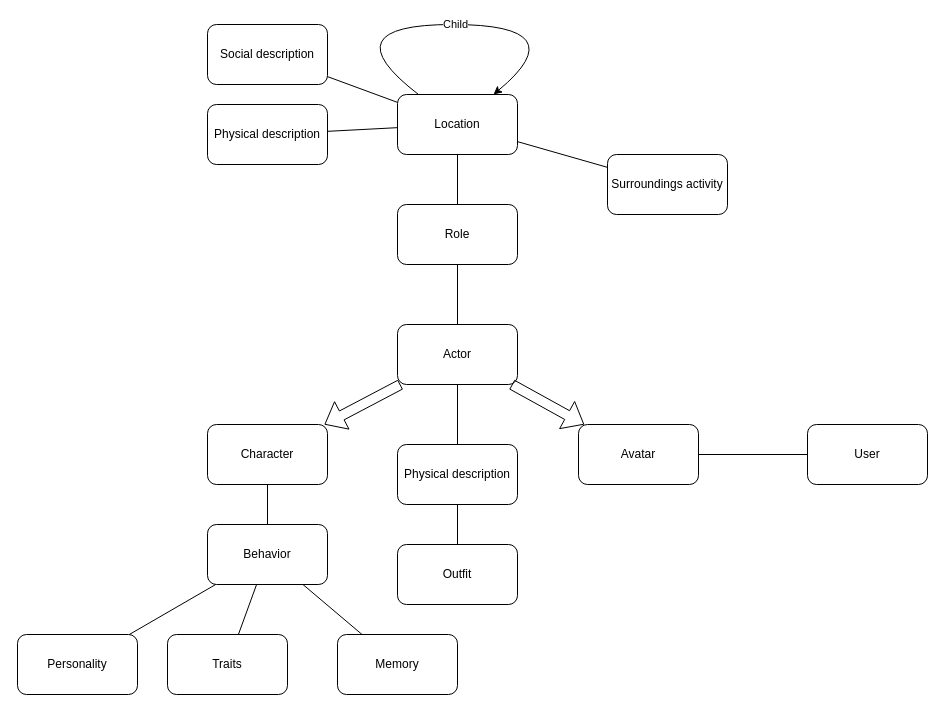
The draw.io diagram doc/conceptual map.drawio in jorgedlrg/ai-middleware, before the edit. Source tidied: cells renumbered, new cells numbered last; positions are measured from the earlier drawing's top-left corner, leaving out a move shared by most shapes. Both pictures are drawn from the tidied source at 100%, with x=0, y=0 at pixel (17, 24).
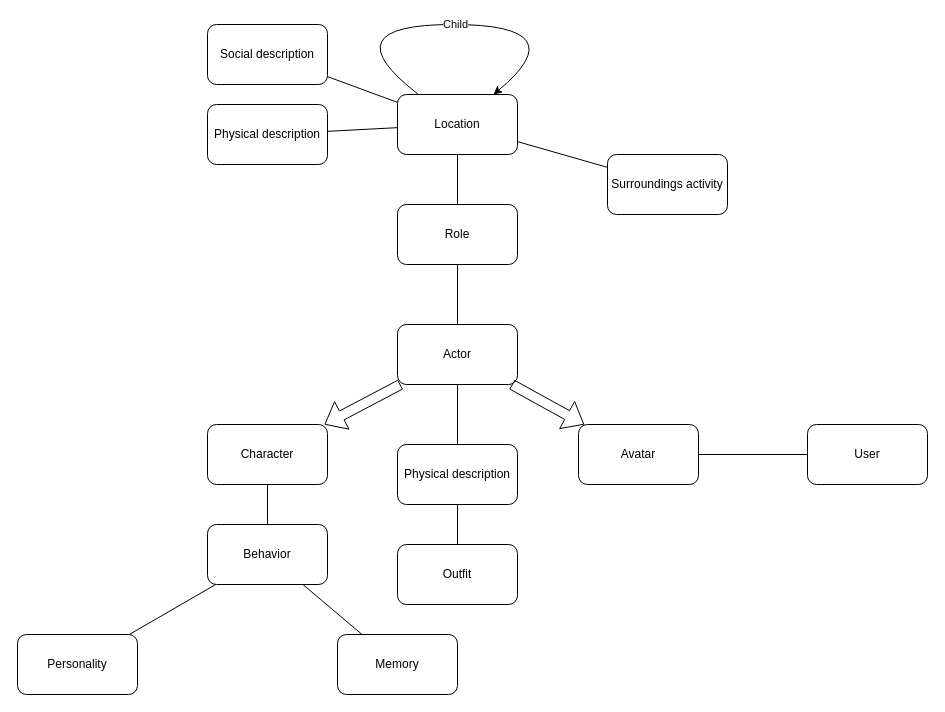
After the change.

Commit message (it also covers changes not shown here):
:construction: add Behavior

The change refers to these unchanged cells:
```xml
<mxCell id="10" value="Behavior" style="rounded=1;whiteSpace=wrap;html=1;" parent="1" vertex="1">
  <mxGeometry x="190" y="500" width="120" height="60" as="geometry" />
</mxCell>
```

The edit, as a diff of the source:
```diff
@@
-    <mxCell id="12" value="Traits" style="rounded=1;whiteSpace=wrap;html=1;" parent="1" vertex="1">
-      <mxGeometry x="150" y="610" width="120" height="60" as="geometry" />
-    </mxCell>
@@
-    <mxCell id="14" style="endArrow=none;html=1;rounded=0;" parent="1" edge="1" source="12" target="10">
-      <mxGeometry relative="1" as="geometry" />
-    </mxCell>
```
